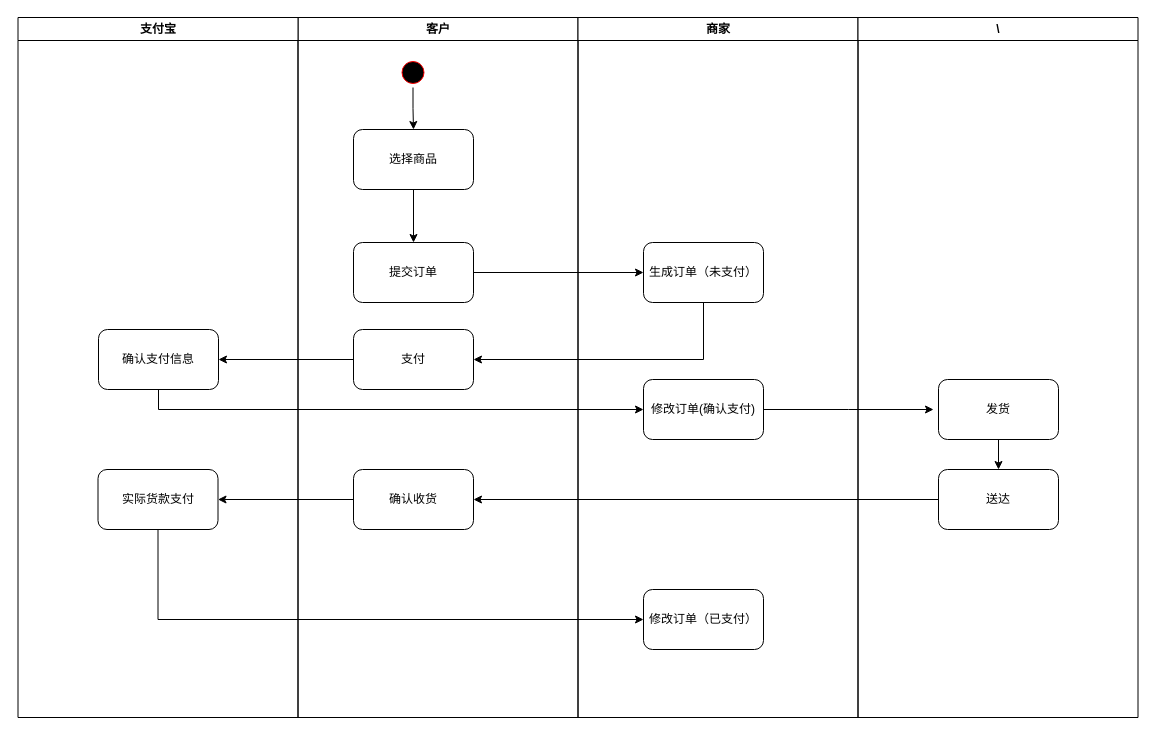
Wilson-Long/FrozenFox-V keeps this draw.io diagram as 作业32.drawio. Above is the earlier version. Source tidied: cells renumbered, new cells numbered last; positions are measured from the earlier drawing's top-left corner, leaving out a move shared by most shapes. Both pictures are drawn from the tidied source at 100%, with x=0, y=0 at pixel (17, 17).
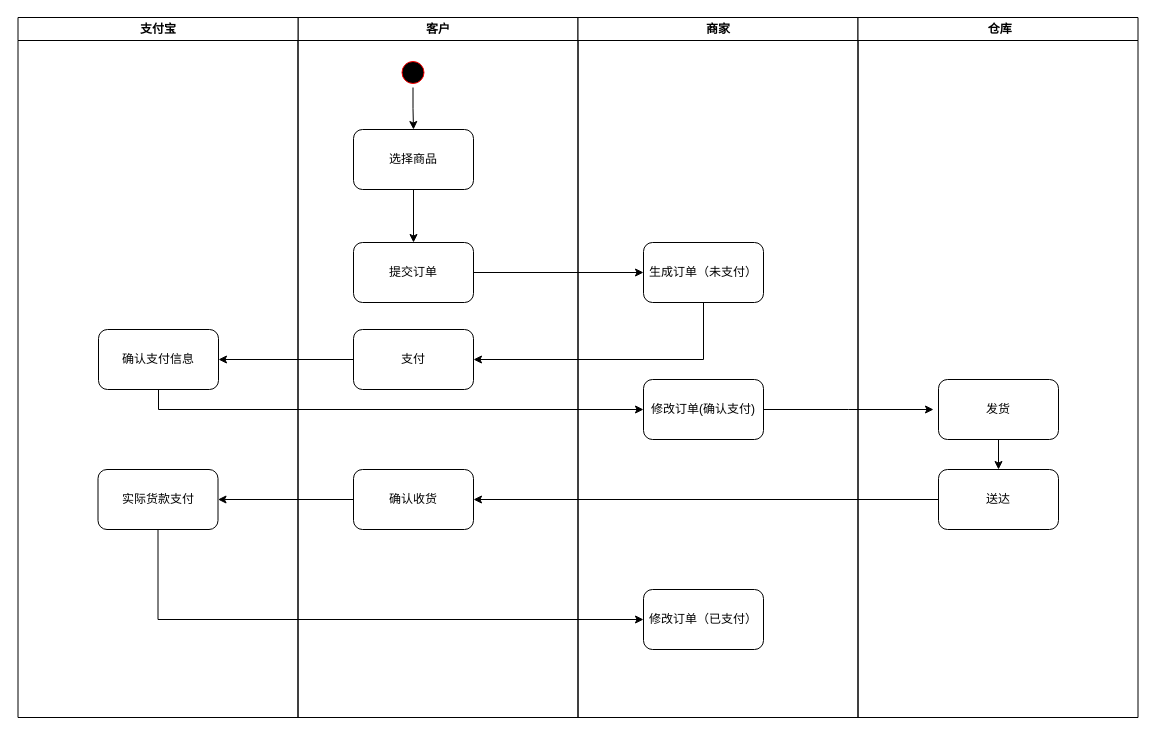
The same page after the edit.

What changed in the source:
```diff
@@
-    <mxCell id="17" value="\" style="swimlane;whiteSpace=wrap;" parent="1" vertex="1">
+    <mxCell id="17" value=" 仓库" style="swimlane;whiteSpace=wrap;" parent="1" vertex="1">
       <mxGeometry x="840.5" width="280" height="700" as="geometry" />
     </mxCell>
```
